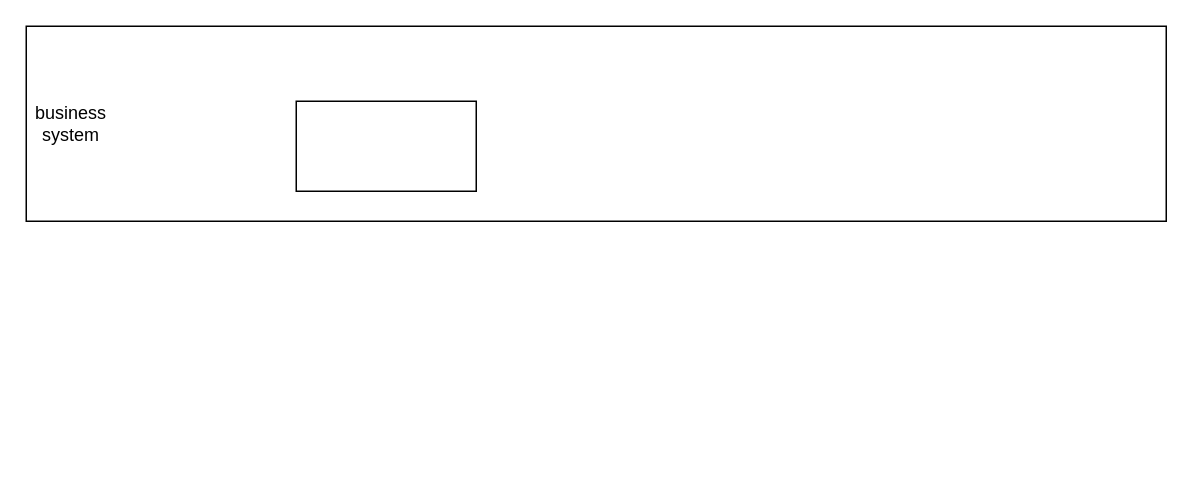
dingchengyungit/drawio keeps this draw.io diagram as 十点-微信服务平台系统架构图-丁成云-2019年10月10日.drawio. Above is the earlier version. Source tidied: cells renumbered, new cells numbered last; positions are measured from the earlier drawing's top-left corner, leaving out a move shared by most shapes. Both pictures are drawn from the tidied source at 150%, with x=0, y=0 at pixel (26, 26).
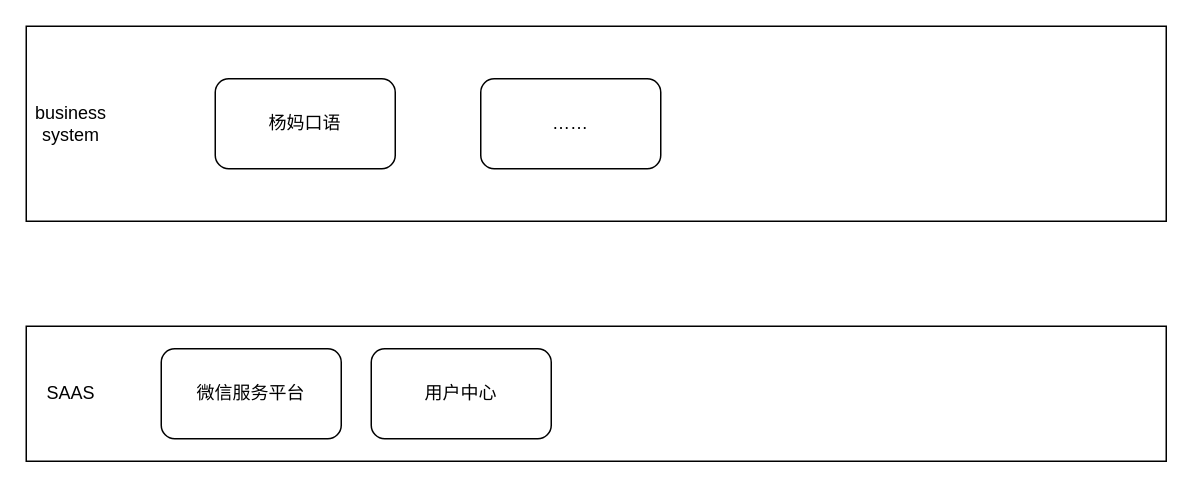
After the change.

Commit message:
更新十点-微信服务平台系统架构图-丁成云-2019年10月10日.drawio

Diff of the diagram source:
```diff
@@
 <mxGraphModel>
   <root>
     <mxCell id="0" />
     <mxCell id="1" parent="0" />
     <mxCell id="2" style="rounded=0;whiteSpace=wrap;html=1;" parent="1" vertex="1">
       <mxGeometry width="760" height="130" as="geometry" />
     </mxCell>
     <mxCell id="3" value="business&lt;br&gt;system&lt;br&gt;" style="text;html=1;strokeColor=none;fillColor=none;align=center;verticalAlign=middle;whiteSpace=wrap;rounded=0;" parent="1" vertex="1">
       <mxGeometry y="15" width="60" height="100" as="geometry" />
     </mxCell>
-    <mxCell id="4" style="rounded=0;whiteSpace=wrap;html=1;" parent="1" vertex="1">
-      <mxGeometry x="180" y="50" width="120" height="60" as="geometry" />
-    </mxCell>
+    <mxCell id="5" value="杨妈口语" style="rounded=1;whiteSpace=wrap;html=1;" parent="1" vertex="1">
+      <mxGeometry x="126" y="35" width="120" height="60" as="geometry" />
+    </mxCell>
+    <mxCell id="6" value="……" style="rounded=1;whiteSpace=wrap;html=1;" parent="1" vertex="1">
+      <mxGeometry x="303" y="35" width="120" height="60" as="geometry" />
+    </mxCell>
+    <mxCell id="7" style="rounded=0;whiteSpace=wrap;html=1;" parent="1" vertex="1">
+      <mxGeometry y="200" width="760" height="90" as="geometry" />
+    </mxCell>
+    <mxCell id="8" value="SAAS" style="text;html=1;strokeColor=none;fillColor=none;align=center;verticalAlign=middle;whiteSpace=wrap;rounded=0;" parent="1" vertex="1">
+      <mxGeometry x="10" y="235" width="40" height="20" as="geometry" />
+    </mxCell>
+    <mxCell id="9" value="微信服务平台" style="rounded=1;whiteSpace=wrap;html=1;" parent="1" vertex="1">
+      <mxGeometry x="90" y="215" width="120" height="60" as="geometry" />
+    </mxCell>
+    <mxCell id="10" value="用户中心" style="rounded=1;whiteSpace=wrap;html=1;" parent="1" vertex="1">
+      <mxGeometry x="230" y="215" width="120" height="60" as="geometry" />
+    </mxCell>
   </root>
 </mxGraphModel>
```
